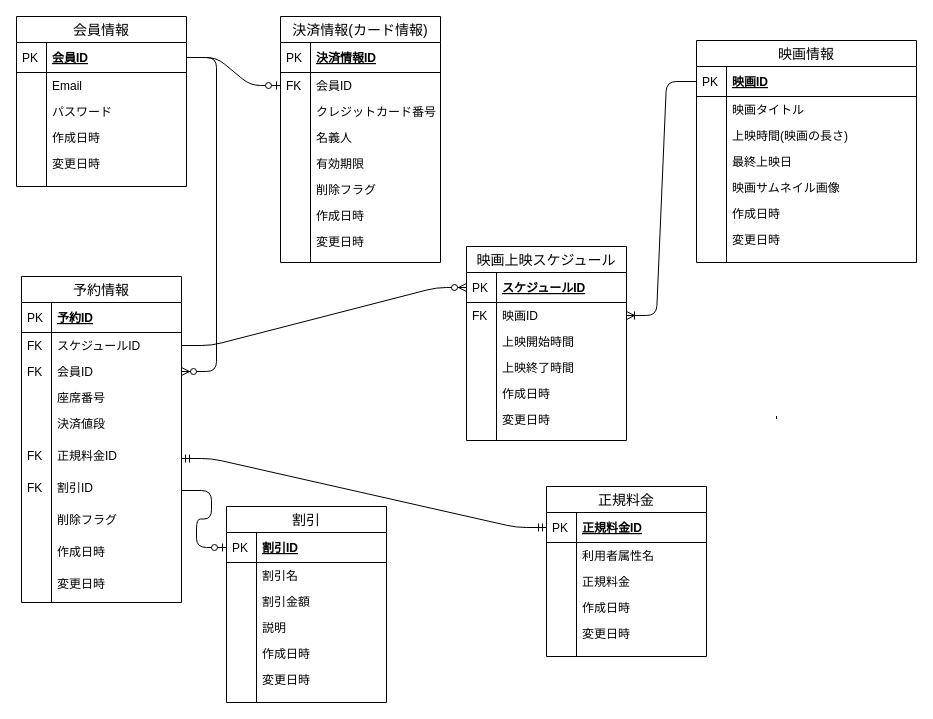
Above: database.drawio in labotinc/quelcode-team3 (draw.io), before the change. Source tidied: cells renumbered, new cells numbered last; positions are measured from the earlier drawing's top-left corner, leaving out a move shared by most shapes. Both pictures are drawn from the tidied source at 100%, with x=0, y=0 at pixel (16, 16).
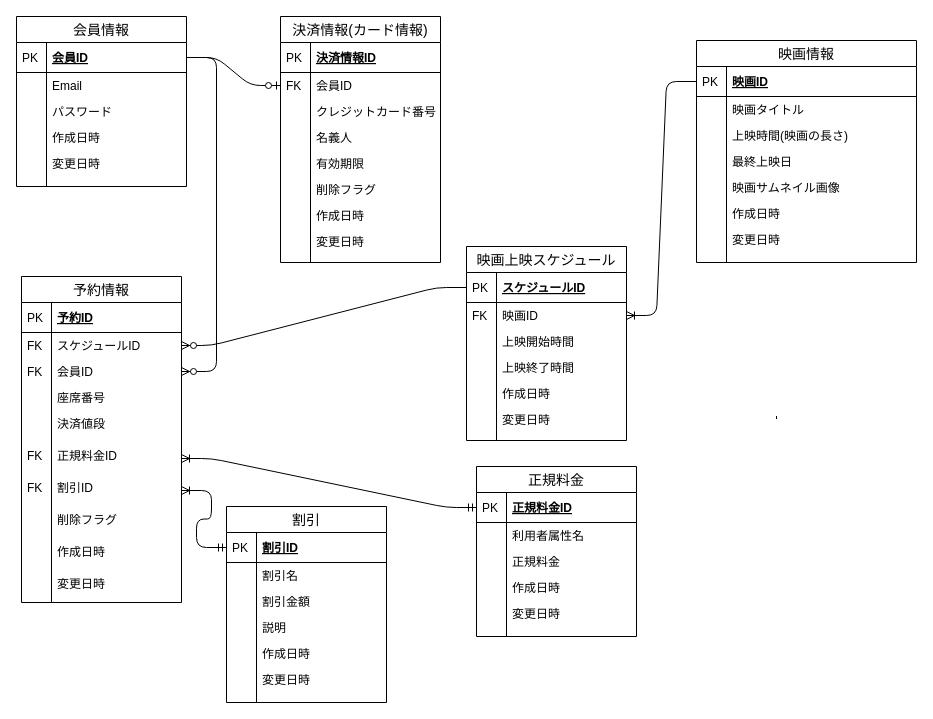
The same page after the edit.

Commit message:
ER図の従属関係を修正

Unchanged cells that the change refers to:
```xml
<mxCell id="42" value="スケジュールID" style="shape=partialRectangle;top=0;left=0;right=0;bottom=0;align=left;verticalAlign=top;fillColor=none;spacingLeft=34;spacingRight=4;overflow=hidden;points=[[0,0.5],[1,0.5]];portConstraint=eastwest;fontSize=12;" parent="39" vertex="1">
  <mxGeometry y="56" width="160" height="26" as="geometry" />
</mxCell>
<mxCell id="50" value="正規料金ID" style="shape=partialRectangle;top=0;left=0;right=0;bottom=0;align=left;verticalAlign=top;fillColor=none;spacingLeft=34;spacingRight=4;overflow=hidden;points=[[0,0.5],[1,0.5]];portConstraint=eastwest;fontSize=12;" parent="39" vertex="1">
  <mxGeometry y="166" width="160" height="32" as="geometry" />
</mxCell>
<mxCell id="52" value="割引ID" style="shape=partialRectangle;top=0;left=0;right=0;bottom=0;align=left;verticalAlign=top;fillColor=none;spacingLeft=34;spacingRight=4;overflow=hidden;points=[[0,0.5],[1,0.5]];portConstraint=eastwest;fontSize=12;" parent="39" vertex="1">
  <mxGeometry y="198" width="160" height="32" as="geometry" />
</mxCell>
<mxCell id="62" value="割引ID" style="shape=partialRectangle;top=0;left=0;right=0;bottom=1;align=left;verticalAlign=middle;fillColor=none;spacingLeft=34;spacingRight=4;overflow=hidden;points=[[0,0.5],[1,0.5]];portConstraint=eastwest;fontStyle=5;fontSize=12;" parent="61" vertex="1">
  <mxGeometry y="26" width="160" height="30" as="geometry" />
</mxCell>
<mxCell id="94" value="スケジュールID" style="shape=partialRectangle;top=0;left=0;right=0;bottom=1;align=left;verticalAlign=middle;fillColor=none;spacingLeft=34;spacingRight=4;overflow=hidden;points=[[0,0.5],[1,0.5]];portConstraint=eastwest;fontStyle=5;fontSize=12;" parent="93" vertex="1">
  <mxGeometry y="26" width="160" height="30" as="geometry" />
</mxCell>
<mxCell id="110" value="正規料金ID" style="shape=partialRectangle;top=0;left=0;right=0;bottom=1;align=left;verticalAlign=middle;fillColor=none;spacingLeft=34;spacingRight=4;overflow=hidden;points=[[0,0.5],[1,0.5]];portConstraint=eastwest;fontStyle=5;fontSize=12;" parent="109" vertex="1">
  <mxGeometry y="26" width="160" height="30" as="geometry" />
</mxCell>
```

The edit, as a diff of the source:
```diff
@@
-    <mxCell id="35" style="edgeStyle=entityRelationEdgeStyle;fontSize=12;html=1;endArrow=ERzeroToMany;endFill=1;" parent="1" edge="1" source="42" target="94">
-      <mxGeometry relative="1" as="geometry" />
-    </mxCell>
@@
-    <mxCell id="37" style="edgeStyle=entityRelationEdgeStyle;fontSize=12;html=1;endArrow=ERzeroToOne;endFill=1;exitX=1;exitY=0.5;exitDx=0;exitDy=0;" parent="1" edge="1" source="52" target="62">
-      <mxGeometry relative="1" as="geometry" />
-    </mxCell>
@@
-    <mxCell id="108" style="edgeStyle=entityRelationEdgeStyle;fontSize=12;html=1;endArrow=ERmandOne;startArrow=ERmandOne;" parent="1" edge="1" source="50" target="110">
-      <mxGeometry relative="1" as="geometry" />
-    </mxCell>
+    <mxCell id="120" style="edgeStyle=entityRelationEdgeStyle;fontSize=12;html=1;endArrow=ERoneToMany;startArrow=ERmandOne;" parent="1" edge="1" source="110" target="50">
+      <mxGeometry relative="1" as="geometry" />
+    </mxCell>
+    <mxCell id="121" style="edgeStyle=entityRelationEdgeStyle;fontSize=12;html=1;endArrow=ERoneToMany;startArrow=ERmandOne;" parent="1" edge="1" source="62" target="52">
+      <mxGeometry relative="1" as="geometry" />
+    </mxCell>
+    <mxCell id="35" style="edgeStyle=entityRelationEdgeStyle;fontSize=12;html=1;endArrow=ERzeroToMany;endFill=1;" parent="1" edge="1" source="94" target="42">
+      <mxGeometry relative="1" as="geometry" />
+    </mxCell>
     <mxCell id="109" value="正規料金" style="swimlane;fontStyle=0;horizontal=1;startSize=26;align=center;fontSize=14;" parent="1" vertex="1">
-      <mxGeometry x="530" y="470" width="160" height="170" as="geometry" />
+      <mxGeometry x="460" y="450" width="160" height="170" as="geometry" />
     </mxCell>
```
